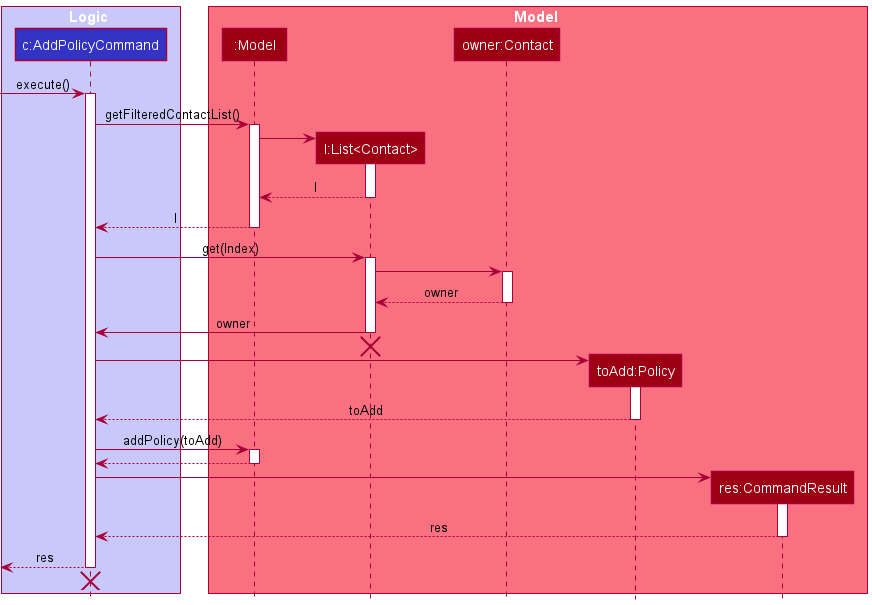
This is docs/images/AddPolicyCommandExecuteSequenceDiagram.png from nus-cs2103-AY2122S1/tp, a PlantUML export, as it was before one commit.
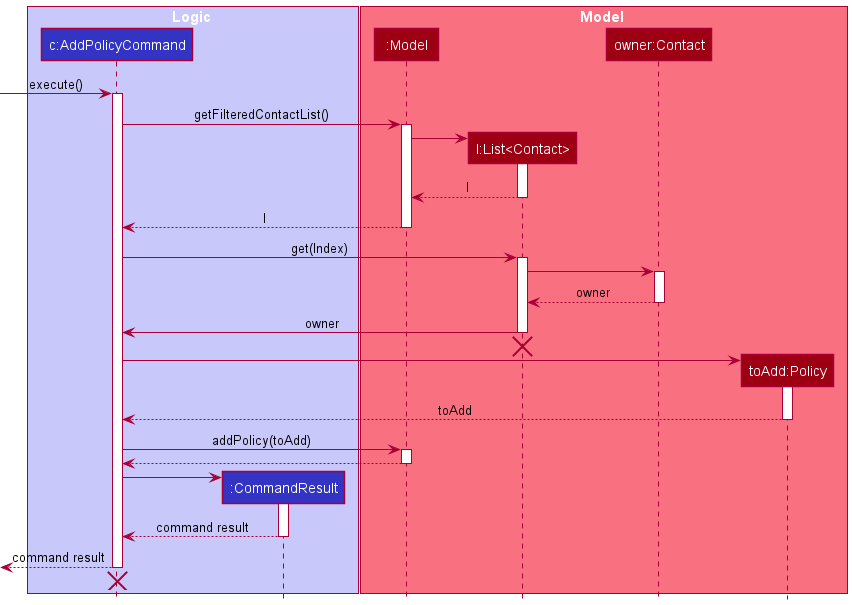
Later version of the same file.

Diff of the diagram source:
```diff
@@ -5,6 +5,8 @@
 
 
 participant "c:AddPolicyCommand" as AddPolicyCommand LOGIC_COLOR
+participant ":CommandResult" as CommandResult LOGIC_COLOR
+
 end box
 
 box Model MODEL_COLOR_T1
@@ -12,7 +14,6 @@
 participant "l:List<Contact>" as List MODEL_COLOR
 participant "owner:Contact" as Contact MODEL_COLOR
 participant "toAdd:Policy" as Policy MODEL_COLOR
-participant "res:CommandResult" as CommandResult MODEL_COLOR
 
 end box
 
@@ -63,11 +64,11 @@
 create CommandResult
 AddPolicyCommand -> CommandResult
 activate CommandResult
-CommandResult --> AddPolicyCommand : res
+CommandResult --> AddPolicyCommand : command result
 deactivate CommandResult
 
 
-[<-- AddPolicyCommand : res
+[<-- AddPolicyCommand : command result
 deactivate AddPolicyCommand
 [<-[hidden]- AddPolicyCommand
 destroy AddPolicyCommand
```
